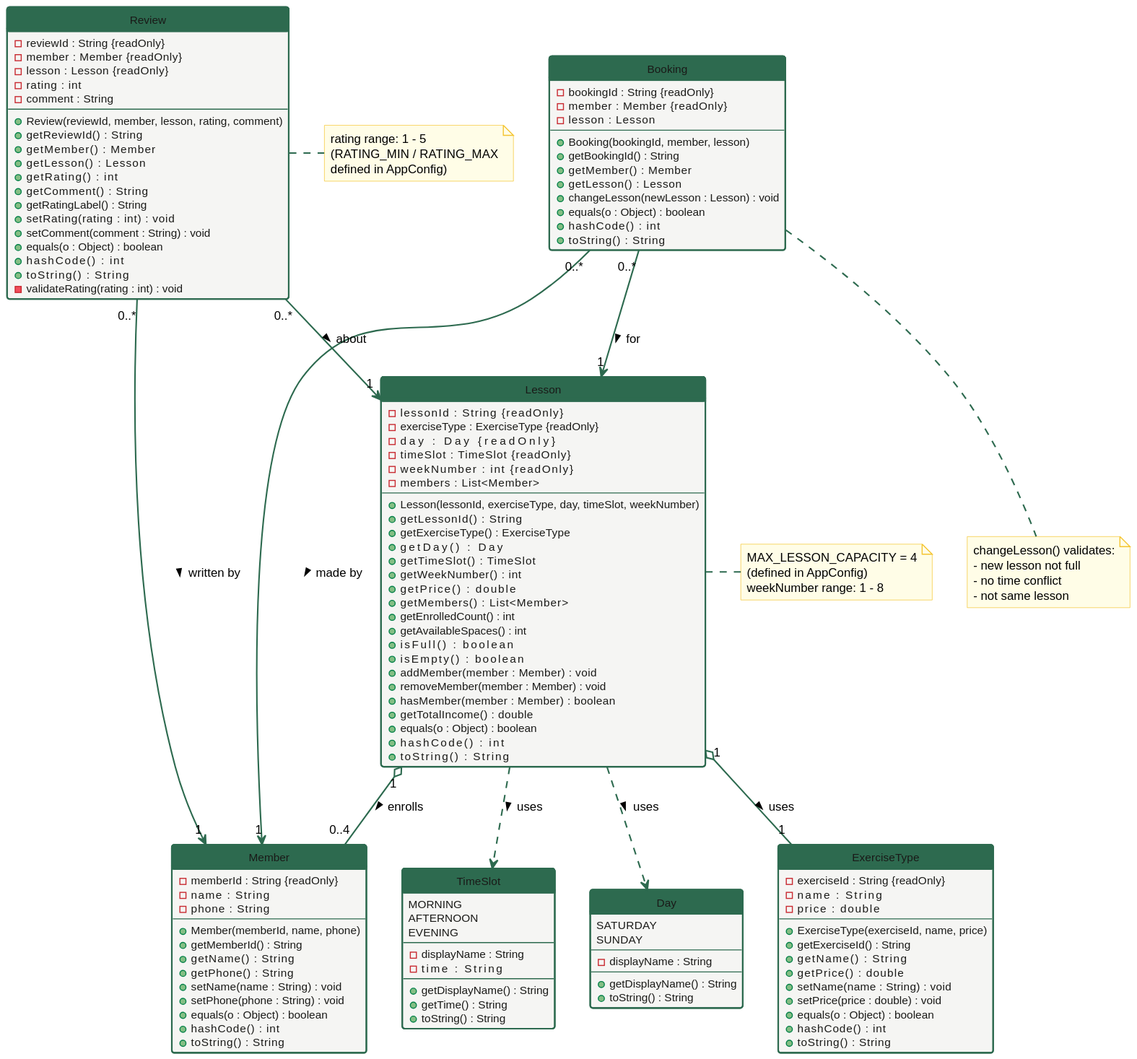
Earlier version of the PlantUML export docs/diagrams/class-diagram.svg (Dantesrc-sys/FurzefieldLC). Its diagram source:
```plantuml
@startuml

skinparam style strictuml

skinparam backgroundColor #FFFFFF
skinparam defaultFontName  SansSerif
skinparam defaultFontSize  12

skinparam class {
    BackgroundColor       #F5F5F3
    BorderColor           #2D6A4F
    BorderThickness       1.5
    HeaderBackgroundColor #2D6A4F
    HeaderFontColor       #FFFFFF
    HeaderFontStyle       Bold
    AttributeFontSize     11
    AttributeFontColor    #1A1A18
    ArrowColor            #2D6A4F
    ArrowThickness        1.5
}

skinparam enum {
    BackgroundColor       #E8F5EE
    BorderColor           #52B788
    BorderThickness       1.5
    HeaderBackgroundColor #52B788
    HeaderFontColor       #FFFFFF
    HeaderFontStyle       Bold
}

skinparam note {
    BackgroundColor #FFFDE7
    BorderColor     #F4C430
}


enum Day {
    SATURDAY
    SUNDAY
    --
    - displayName : String
    --
    + getDisplayName() : String
    + toString() : String
}

enum TimeSlot {
    MORNING
    AFTERNOON
    EVENING
    --
    - displayName : String
    - time        : String
    --
    + getDisplayName() : String
    + getTime() : String
    + toString() : String
}


class Member {
    - memberId : String  {readOnly}
    - name     : String
    - phone    : String
    --
    + Member(memberId, name, phone)
    + getMemberId() : String
    + getName()     : String
    + getPhone()    : String
    + setName(name : String)  : void
    + setPhone(phone : String) : void
    + equals(o : Object) : boolean
    + hashCode()    : int
    + toString()    : String
}

class ExerciseType {
    - exerciseId : String  {readOnly}
    - name       : String
    - price      : double
    --
    + ExerciseType(exerciseId, name, price)
    + getExerciseId() : String
    + getName()       : String
    + getPrice()      : double
    + setName(name : String)   : void
    + setPrice(price : double) : void
    + equals(o : Object) : boolean
    + hashCode()    : int
    + toString()    : String
}

class Lesson {
    - lessonId    : String       {readOnly}
    - exerciseType : ExerciseType {readOnly}
    - day         : Day          {readOnly}
    - timeSlot    : TimeSlot     {readOnly}
    - weekNumber  : int          {readOnly}
    - members     : List<Member>
    --
    + Lesson(lessonId, exerciseType, day, timeSlot, weekNumber)
    + getLessonId()      : String
    + getExerciseType()  : ExerciseType
    + getDay()           : Day
    + getTimeSlot()      : TimeSlot
    + getWeekNumber()    : int
    + getPrice()         : double
    + getMembers()       : List<Member>
    + getEnrolledCount() : int
    + getAvailableSpaces() : int
    + isFull()           : boolean
    + isEmpty()          : boolean
    + addMember(member : Member)    : void
    + removeMember(member : Member) : void
    + hasMember(member : Member)    : boolean
    + getTotalIncome()   : double
    + equals(o : Object) : boolean
    + hashCode()         : int
    + toString()         : String
}

class Booking {
    - bookingId : String  {readOnly}
    - member    : Member  {readOnly}
    - lesson    : Lesson
    --
    + Booking(bookingId, member, lesson)
    + getBookingId() : String
    + getMember()    : Member
    + getLesson()    : Lesson
    + changeLesson(newLesson : Lesson) : void
    + equals(o : Object) : boolean
    + hashCode()     : int
    + toString()     : String
}

class Review {
    - reviewId : String  {readOnly}
    - member   : Member  {readOnly}
    - lesson   : Lesson  {readOnly}
    - rating   : int
    - comment  : String
    --
    + Review(reviewId, member, lesson, rating, comment)
    + getReviewId()    : String
    + getMember()      : Member
    + getLesson()      : Lesson
    + getRating()      : int
    + getComment()     : String
    + getRatingLabel() : String
    + setRating(rating : int)      : void
    + setComment(comment : String) : void
    + equals(o : Object) : boolean
    + hashCode()       : int
    + toString()       : String
    - validateRating(rating : int) : void
}


Lesson  ..>  Day      : uses >
Lesson  ..>  TimeSlot : uses >

Lesson "1" o-- "1" ExerciseType : uses >

Lesson "1" o-- "0..4" Member : enrolls >

Booking "0..*" --> "1" Member : made by >
Booking "0..*" --> "1" Lesson : for >

Review "0..*" --> "1" Member : written by >
Review "0..*" --> "1" Lesson : about >


note right of Lesson
  MAX_LESSON_CAPACITY = 4
  (defined in AppConfig)
  weekNumber range: 1 - 8
end note

note right of Review
  rating range: 1 - 5
  (RATING_MIN / RATING_MAX
  defined in AppConfig)
end note

note bottom of Booking
  changeLesson() validates:
  - new lesson not full
  - no time conflict
  - not same lesson
end note
@enduml
```
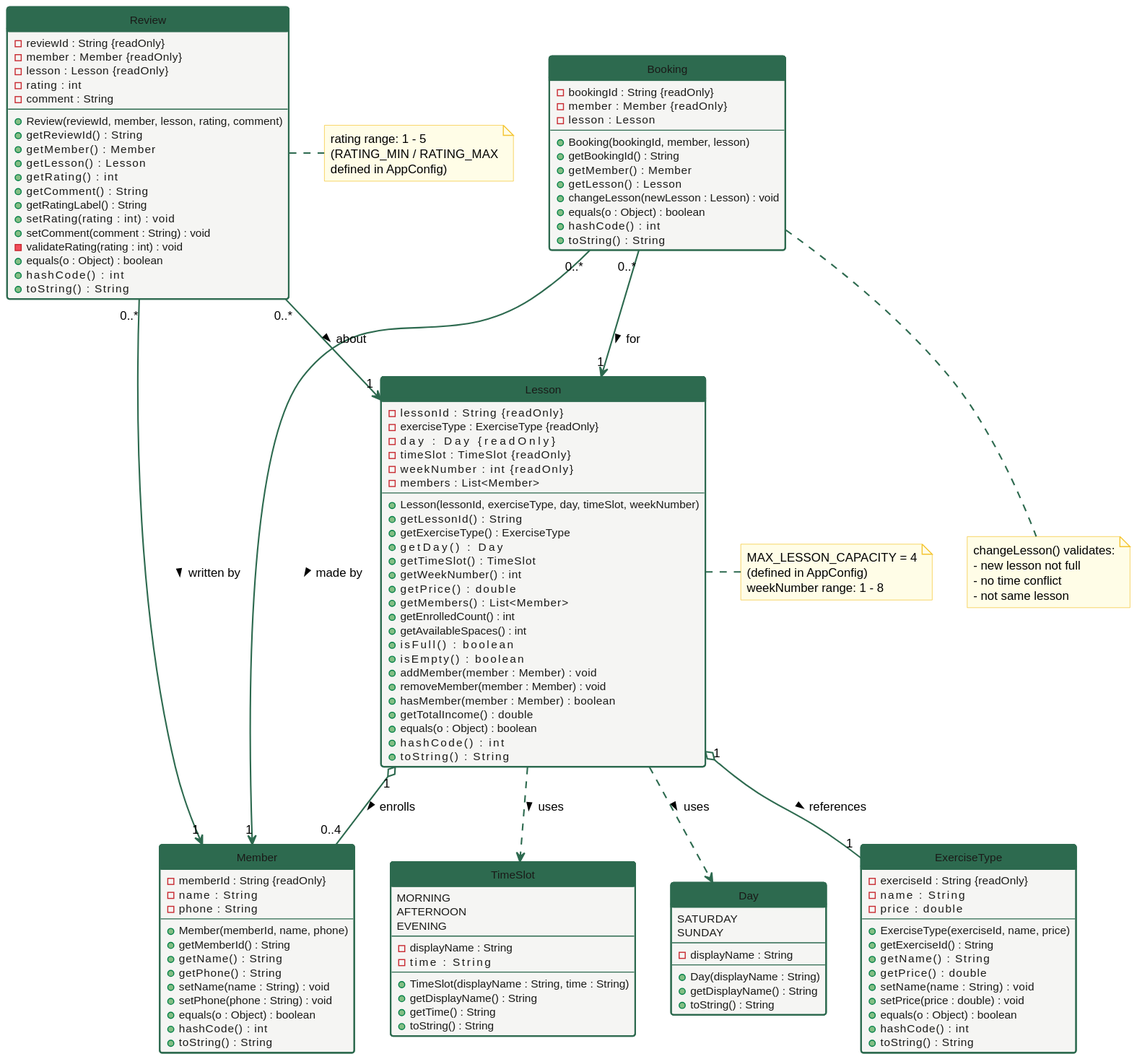
After the change.

Commit message:
Class Diagram UML

Diff of the diagram source:
```diff
@@ -40,6 +40,7 @@
     --
     - displayName : String
     --
+    + Day(displayName : String)
     + getDisplayName() : String
     + toString() : String
 }
@@ -52,6 +53,7 @@
     - displayName : String
     - time        : String
     --
+    + TimeSlot(displayName : String, time : String)
     + getDisplayName() : String
     + getTime() : String
     + toString() : String
@@ -150,17 +152,17 @@
     + getRatingLabel() : String
     + setRating(rating : int)      : void
     + setComment(comment : String) : void
+    - validateRating(rating : int) : void
     + equals(o : Object) : boolean
     + hashCode()       : int
     + toString()       : String
-    - validateRating(rating : int) : void
 }
 
 
 Lesson  ..>  Day      : uses >
 Lesson  ..>  TimeSlot : uses >
 
-Lesson "1" o-- "1" ExerciseType : uses >
+Lesson "1" o-- "1" ExerciseType : references >
 
 Lesson "1" o-- "0..4" Member : enrolls >
 
```
